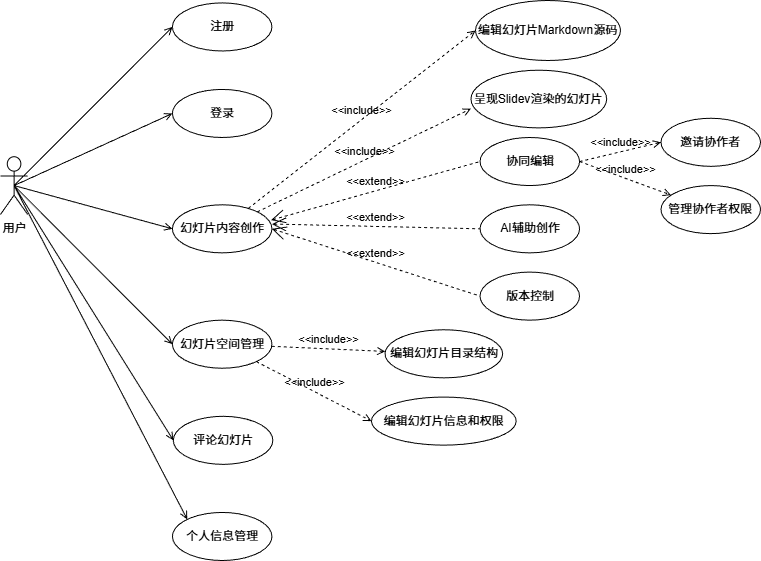
Before: figures/drawio/用户模块功能需求用例图.drawio.png, a diagram exported from draw.io (agiantii/appt-thesis). Source tidied: cells renumbered, new cells last; positions are measured from the earlier drawing's top-left corner, leaving out a move shared by most shapes. Source of this version:
```xml
<mxGraphModel>
  <root>
    <mxCell id="0" />
    <mxCell id="1" parent="0" />
    <mxCell id="2" style="group;" parent="1" vertex="1">
      <mxGeometry width="760" height="560" as="geometry" />
    </mxCell>
    <mxCell id="3" value="用户" style="shape=umlActor;html=1;verticalLabelPosition=bottom;verticalAlign=top;align=center;" parent="2" vertex="1">
      <mxGeometry y="156.2" width="27.1" height="57.7" as="geometry" />
    </mxCell>
    <mxCell id="4" value="注册" style="ellipse;whiteSpace=wrap;html=1;" parent="2" vertex="1">
      <mxGeometry x="171.9" y="2.4" width="99.5" height="48.1" as="geometry" />
    </mxCell>
    <mxCell id="5" style="edgeStyle=none;html=1;endArrow=open;verticalAlign=bottom;rounded=0;exitX=0.5;exitY=0.5;exitDx=0;exitDy=0;exitPerimeter=0;entryX=0;entryY=0.5;entryDx=0;entryDy=0;endFill=0;" parent="2" edge="1" source="3" target="4">
      <mxGeometry relative="1" as="geometry" />
    </mxCell>
    <mxCell id="6" style="edgeStyle=none;html=1;endArrow=open;verticalAlign=bottom;rounded=0;exitX=0.5;exitY=0.5;exitDx=0;exitDy=0;exitPerimeter=0;endFill=0;entryX=0;entryY=0.5;entryDx=0;entryDy=0;" parent="2" edge="1" source="3" target="7">
      <mxGeometry relative="1" as="geometry" />
    </mxCell>
    <mxCell id="7" value="登录" style="ellipse;whiteSpace=wrap;html=1;" parent="2" vertex="1">
      <mxGeometry x="171.9" y="88.9" width="99.5" height="48.1" as="geometry" />
    </mxCell>
    <mxCell id="8" value="幻灯片内容创作" style="ellipse;whiteSpace=wrap;html=1;" parent="2" vertex="1">
      <mxGeometry x="171.9" y="204.3" width="99.5" height="48.1" as="geometry" />
    </mxCell>
    <mxCell id="9" style="edgeStyle=none;html=1;endArrow=open;verticalAlign=bottom;rounded=0;exitX=0.5;exitY=0.5;exitDx=0;exitDy=0;exitPerimeter=0;endFill=0;entryX=0;entryY=0.5;entryDx=0;entryDy=0;" parent="2" edge="1" source="3" target="8">
      <mxGeometry relative="1" as="geometry" />
    </mxCell>
    <mxCell id="10" style="edgeStyle=none;html=1;endArrow=open;verticalAlign=bottom;rounded=0;endFill=0;entryX=0;entryY=0.5;entryDx=0;entryDy=0;exitX=0.5;exitY=0.5;exitDx=0;exitDy=0;exitPerimeter=0;" parent="2" edge="1" source="3" target="14">
      <mxGeometry relative="1" as="geometry" />
    </mxCell>
    <mxCell id="11" value="协同编辑" style="ellipse;whiteSpace=wrap;html=1;" parent="2" vertex="1">
      <mxGeometry x="479.5" y="137" width="99.5" height="48.1" as="geometry" />
    </mxCell>
    <mxCell id="12" value="AI辅助创作" style="ellipse;whiteSpace=wrap;html=1;" parent="2" vertex="1">
      <mxGeometry x="479.5" y="204.3" width="99.5" height="48.1" as="geometry" />
    </mxCell>
    <mxCell id="13" value="版本控制" style="ellipse;whiteSpace=wrap;html=1;" parent="2" vertex="1">
      <mxGeometry x="479.5" y="271.6" width="99.5" height="48.1" as="geometry" />
    </mxCell>
    <mxCell id="14" value="评论幻灯片" style="ellipse;whiteSpace=wrap;html=1;" parent="2" vertex="1">
      <mxGeometry x="172.8" y="415.8" width="99.5" height="48.1" as="geometry" />
    </mxCell>
    <mxCell id="15" value="个人信息&lt;span style=&quot;color: rgb(0, 0, 0);&quot;&gt;管理&lt;/span&gt;" style="ellipse;whiteSpace=wrap;html=1;" parent="2" vertex="1">
      <mxGeometry x="171.9" y="511.9" width="99.5" height="48.1" as="geometry" />
    </mxCell>
    <mxCell id="16" style="edgeStyle=none;html=1;endArrow=open;verticalAlign=bottom;rounded=0;endFill=0;entryX=0;entryY=0;entryDx=0;entryDy=0;exitX=0.5;exitY=0.5;exitDx=0;exitDy=0;exitPerimeter=0;" parent="2" edge="1" source="3" target="15">
      <mxGeometry relative="1" as="geometry" />
    </mxCell>
    <mxCell id="17" value="幻灯片空间管理" style="ellipse;whiteSpace=wrap;html=1;" parent="2" vertex="1">
      <mxGeometry x="171.9" y="319.7" width="99.5" height="48.1" as="geometry" />
    </mxCell>
    <mxCell id="18" style="edgeStyle=none;html=1;endArrow=open;verticalAlign=bottom;rounded=0;endFill=0;entryX=0;entryY=0.5;entryDx=0;entryDy=0;exitX=0.5;exitY=0.5;exitDx=0;exitDy=0;exitPerimeter=0;" parent="2" edge="1" source="3" target="17">
      <mxGeometry relative="1" as="geometry" />
    </mxCell>
    <mxCell id="19" value="编辑幻灯片目录结构" style="ellipse;whiteSpace=wrap;html=1;" parent="2" vertex="1">
      <mxGeometry x="384.5" y="329.3" width="117.6" height="48.1" as="geometry" />
    </mxCell>
    <mxCell id="20" value="&amp;lt;&amp;lt;include&amp;gt;&amp;gt;" style="edgeStyle=none;html=1;endArrow=open;verticalAlign=bottom;dashed=1;labelBackgroundColor=none;rounded=0;" parent="2" edge="1" source="17" target="19">
      <mxGeometry relative="1" as="geometry" />
    </mxCell>
    <mxCell id="21" value="呈现Slidev渲染的幻灯片" style="ellipse;whiteSpace=wrap;html=1;" parent="2" vertex="1">
      <mxGeometry x="470.5" y="69.7" width="135.7" height="57.7" as="geometry" />
    </mxCell>
    <mxCell id="22" value="&amp;lt;&amp;lt;include&amp;gt;&amp;gt;" style="edgeStyle=none;html=1;endArrow=open;verticalAlign=bottom;dashed=1;labelBackgroundColor=none;rounded=0;entryX=0;entryY=0.667;entryDx=0;entryDy=0;entryPerimeter=0;" parent="2" edge="1" source="8" target="21">
      <mxGeometry relative="1" as="geometry" />
    </mxCell>
    <mxCell id="23" value="&amp;lt;&amp;lt;include&amp;gt;&amp;gt;" style="edgeStyle=none;html=1;endArrow=open;verticalAlign=bottom;dashed=1;labelBackgroundColor=none;rounded=0;entryX=0;entryY=0.5;entryDx=0;entryDy=0;" parent="2" edge="1" source="17" target="24">
      <mxGeometry relative="1" as="geometry" />
    </mxCell>
    <mxCell id="24" value="编辑幻灯片信息和权限" style="ellipse;whiteSpace=wrap;html=1;" parent="2" vertex="1">
      <mxGeometry x="371" y="396.6" width="144.8" height="48.1" as="geometry" />
    </mxCell>
    <mxCell id="25" value="&amp;lt;&amp;lt;extend&amp;gt;&amp;gt;" style="edgeStyle=none;html=1;startArrow=open;endArrow=none;startSize=12;verticalAlign=bottom;dashed=1;labelBackgroundColor=none;rounded=0;exitX=1;exitY=0.5;exitDx=0;exitDy=0;entryX=0;entryY=0.5;entryDx=0;entryDy=0;" parent="2" edge="1" source="8" target="13">
      <mxGeometry relative="1" as="geometry" />
    </mxCell>
    <mxCell id="26" value="&amp;lt;&amp;lt;extend&amp;gt;&amp;gt;" style="edgeStyle=none;html=1;startArrow=open;endArrow=none;startSize=12;verticalAlign=bottom;dashed=1;labelBackgroundColor=none;rounded=0;exitX=1;exitY=0.4;exitDx=0;exitDy=0;entryX=0;entryY=0.5;entryDx=0;entryDy=0;exitPerimeter=0;" parent="2" edge="1" source="8" target="12">
      <mxGeometry relative="1" as="geometry" />
    </mxCell>
    <mxCell id="27" value="&amp;lt;&amp;lt;extend&amp;gt;&amp;gt;" style="edgeStyle=none;html=1;startArrow=open;endArrow=none;startSize=12;verticalAlign=bottom;dashed=1;labelBackgroundColor=none;rounded=0;exitX=0.991;exitY=0.32;exitDx=0;exitDy=0;exitPerimeter=0;entryX=0;entryY=0.5;entryDx=0;entryDy=0;" parent="2" edge="1" source="8" target="11">
      <mxGeometry relative="1" as="geometry" />
    </mxCell>
    <mxCell id="28" value="&amp;lt;&amp;lt;include&amp;gt;&amp;gt;" style="edgeStyle=none;html=1;endArrow=open;verticalAlign=bottom;dashed=1;labelBackgroundColor=none;rounded=0;entryX=0;entryY=0.5;entryDx=0;entryDy=0;" parent="2" edge="1" source="8" target="29">
      <mxGeometry relative="1" as="geometry" />
    </mxCell>
    <mxCell id="29" value="编辑幻灯片Markdown源码" style="ellipse;whiteSpace=wrap;html=1;" parent="2" vertex="1">
      <mxGeometry x="475" width="145" height="60" as="geometry" />
    </mxCell>
    <mxCell id="30" value="&amp;lt;&amp;lt;include&amp;gt;&amp;gt;" style="edgeStyle=none;html=1;endArrow=open;verticalAlign=bottom;dashed=1;labelBackgroundColor=none;rounded=0;exitX=1;exitY=0.5;exitDx=0;exitDy=0;entryX=0;entryY=0.5;entryDx=0;entryDy=0;" parent="2" edge="1" source="11" target="31">
      <mxGeometry relative="1" as="geometry" />
    </mxCell>
    <mxCell id="31" value="邀请协作者" style="ellipse;whiteSpace=wrap;html=1;" parent="2" vertex="1">
      <mxGeometry x="660.5" y="117.8" width="99.5" height="48.1" as="geometry" />
    </mxCell>
    <mxCell id="32" value="管理协作者权限" style="ellipse;whiteSpace=wrap;html=1;" parent="2" vertex="1">
      <mxGeometry x="660.5" y="185.1" width="99.5" height="48.1" as="geometry" />
    </mxCell>
    <mxCell id="33" value="&amp;lt;&amp;lt;include&amp;gt;&amp;gt;" style="edgeStyle=none;html=1;endArrow=open;verticalAlign=bottom;dashed=1;labelBackgroundColor=none;rounded=0;exitX=1;exitY=0.5;exitDx=0;exitDy=0;" parent="2" edge="1" source="11" target="32">
      <mxGeometry relative="1" as="geometry" />
    </mxCell>
  </root>
</mxGraphModel>
```
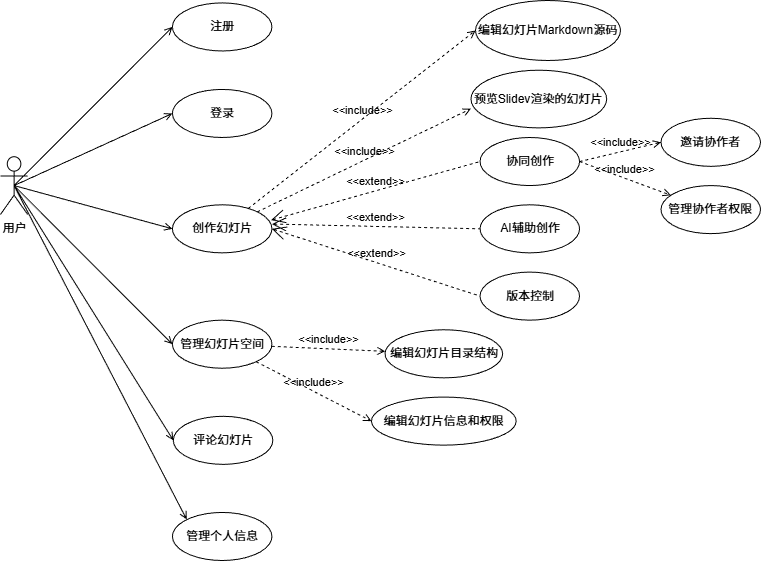
After the commit.

Commit message:
thesis: 修改用例图

Change to the diagram source:
```diff
@@ -20,7 +20,7 @@
     <mxCell id="7" value="登录" style="ellipse;whiteSpace=wrap;html=1;" parent="2" vertex="1">
       <mxGeometry x="171.9" y="88.9" width="99.5" height="48.1" as="geometry" />
     </mxCell>
-    <mxCell id="8" value="幻灯片内容创作" style="ellipse;whiteSpace=wrap;html=1;" parent="2" vertex="1">
+    <mxCell id="8" value="创作幻灯片" style="ellipse;whiteSpace=wrap;html=1;" parent="2" vertex="1">
       <mxGeometry x="171.9" y="204.3" width="99.5" height="48.1" as="geometry" />
     </mxCell>
     <mxCell id="9" style="edgeStyle=none;html=1;endArrow=open;verticalAlign=bottom;rounded=0;exitX=0.5;exitY=0.5;exitDx=0;exitDy=0;exitPerimeter=0;endFill=0;entryX=0;entryY=0.5;entryDx=0;entryDy=0;" parent="2" edge="1" source="3" target="8">
@@ -29,7 +29,7 @@
     <mxCell id="10" style="edgeStyle=none;html=1;endArrow=open;verticalAlign=bottom;rounded=0;endFill=0;entryX=0;entryY=0.5;entryDx=0;entryDy=0;exitX=0.5;exitY=0.5;exitDx=0;exitDy=0;exitPerimeter=0;" parent="2" edge="1" source="3" target="14">
       <mxGeometry relative="1" as="geometry" />
     </mxCell>
-    <mxCell id="11" value="协同编辑" style="ellipse;whiteSpace=wrap;html=1;" parent="2" vertex="1">
+    <mxCell id="11" value="协同创作" style="ellipse;whiteSpace=wrap;html=1;" parent="2" vertex="1">
       <mxGeometry x="479.5" y="137" width="99.5" height="48.1" as="geometry" />
     </mxCell>
     <mxCell id="12" value="AI辅助创作" style="ellipse;whiteSpace=wrap;html=1;" parent="2" vertex="1">
@@ -41,13 +41,13 @@
     <mxCell id="14" value="评论幻灯片" style="ellipse;whiteSpace=wrap;html=1;" parent="2" vertex="1">
       <mxGeometry x="172.8" y="415.8" width="99.5" height="48.1" as="geometry" />
     </mxCell>
-    <mxCell id="15" value="个人信息&lt;span style=&quot;color: rgb(0, 0, 0);&quot;&gt;管理&lt;/span&gt;" style="ellipse;whiteSpace=wrap;html=1;" parent="2" vertex="1">
+    <mxCell id="15" value="&lt;span style=&quot;color: rgb(0, 0, 0);&quot;&gt;管理&lt;/span&gt;个人信息" style="ellipse;whiteSpace=wrap;html=1;" parent="2" vertex="1">
       <mxGeometry x="171.9" y="511.9" width="99.5" height="48.1" as="geometry" />
     </mxCell>
     <mxCell id="16" style="edgeStyle=none;html=1;endArrow=open;verticalAlign=bottom;rounded=0;endFill=0;entryX=0;entryY=0;entryDx=0;entryDy=0;exitX=0.5;exitY=0.5;exitDx=0;exitDy=0;exitPerimeter=0;" parent="2" edge="1" source="3" target="15">
       <mxGeometry relative="1" as="geometry" />
     </mxCell>
-    <mxCell id="17" value="幻灯片空间管理" style="ellipse;whiteSpace=wrap;html=1;" parent="2" vertex="1">
+    <mxCell id="17" value="&lt;span style=&quot;color: rgb(0, 0, 0);&quot;&gt;管理&lt;/span&gt;幻灯片空间" style="ellipse;whiteSpace=wrap;html=1;" parent="2" vertex="1">
       <mxGeometry x="171.9" y="319.7" width="99.5" height="48.1" as="geometry" />
     </mxCell>
     <mxCell id="18" style="edgeStyle=none;html=1;endArrow=open;verticalAlign=bottom;rounded=0;endFill=0;entryX=0;entryY=0.5;entryDx=0;entryDy=0;exitX=0.5;exitY=0.5;exitDx=0;exitDy=0;exitPerimeter=0;" parent="2" edge="1" source="3" target="17">
@@ -59,7 +59,7 @@
     <mxCell id="20" value="&amp;lt;&amp;lt;include&amp;gt;&amp;gt;" style="edgeStyle=none;html=1;endArrow=open;verticalAlign=bottom;dashed=1;labelBackgroundColor=none;rounded=0;" parent="2" edge="1" source="17" target="19">
       <mxGeometry relative="1" as="geometry" />
     </mxCell>
-    <mxCell id="21" value="呈现Slidev渲染的幻灯片" style="ellipse;whiteSpace=wrap;html=1;" parent="2" vertex="1">
+    <mxCell id="21" value="预览Slidev渲染的幻灯片" style="ellipse;whiteSpace=wrap;html=1;" parent="2" vertex="1">
       <mxGeometry x="470.5" y="69.7" width="135.7" height="57.7" as="geometry" />
     </mxCell>
     <mxCell id="22" value="&amp;lt;&amp;lt;include&amp;gt;&amp;gt;" style="edgeStyle=none;html=1;endArrow=open;verticalAlign=bottom;dashed=1;labelBackgroundColor=none;rounded=0;entryX=0;entryY=0.667;entryDx=0;entryDy=0;entryPerimeter=0;" parent="2" edge="1" source="8" target="21">
```
